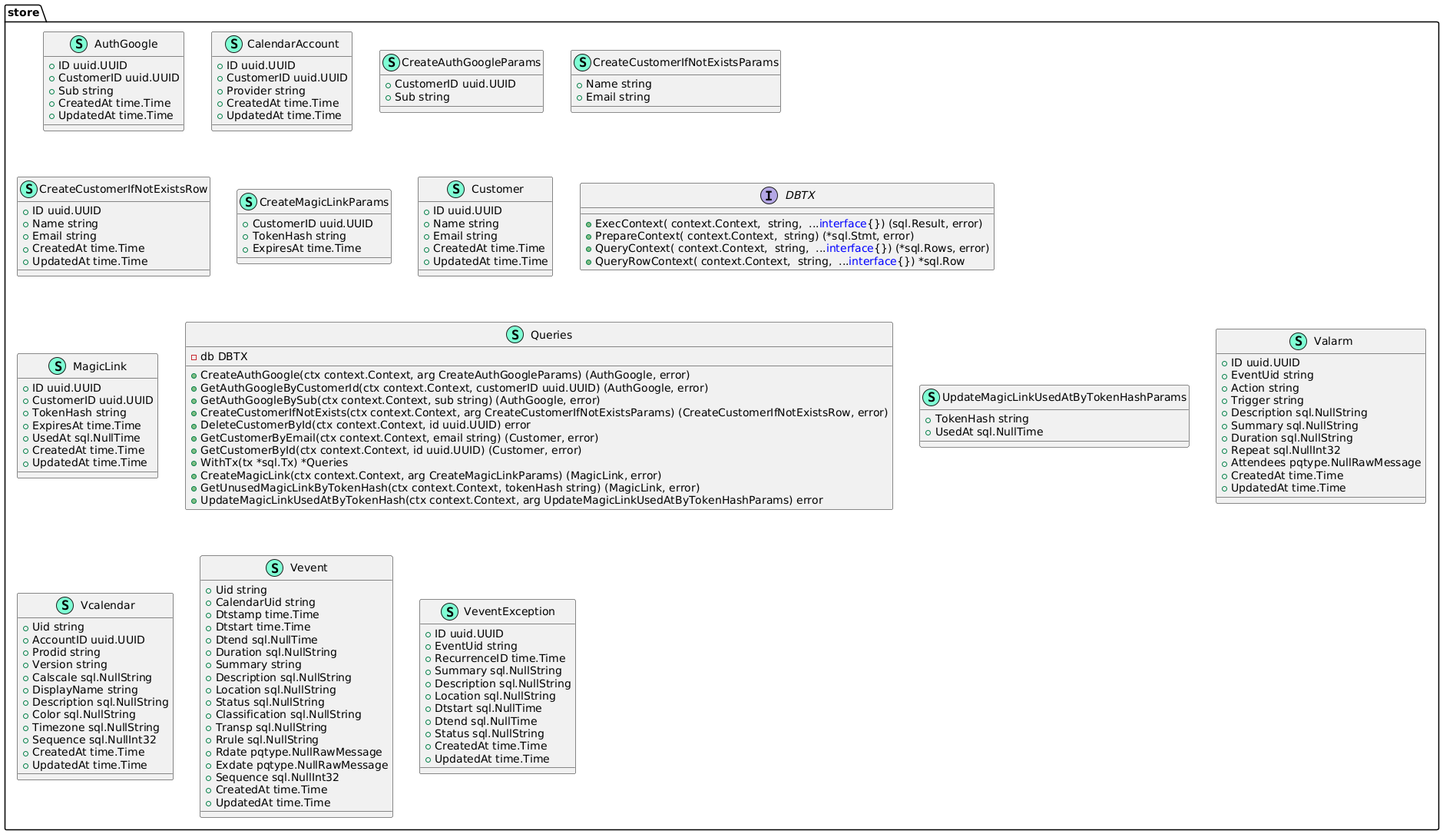
Above: docs/gp1/images/docs/diagrams/class/class-diagram/store.png in jadwalapp/symmetrical-spoon (PlantUML), before the change. The source it was exported from:
```plantuml
@startuml
namespace store {
    class AuthGoogle << (S,Aquamarine) >> {
        + ID uuid.UUID
        + CustomerID uuid.UUID
        + Sub string
        + CreatedAt time.Time
        + UpdatedAt time.Time

    }
    class CalendarAccount << (S,Aquamarine) >> {
        + ID uuid.UUID
        + CustomerID uuid.UUID
        + Provider string
        + CreatedAt time.Time
        + UpdatedAt time.Time

    }
    class CreateAuthGoogleParams << (S,Aquamarine) >> {
        + CustomerID uuid.UUID
        + Sub string

    }
    class CreateCustomerIfNotExistsParams << (S,Aquamarine) >> {
        + Name string
        + Email string

    }
    class CreateCustomerIfNotExistsRow << (S,Aquamarine) >> {
        + ID uuid.UUID
        + Name string
        + Email string
        + CreatedAt time.Time
        + UpdatedAt time.Time

    }
    class CreateMagicLinkParams << (S,Aquamarine) >> {
        + CustomerID uuid.UUID
        + TokenHash string
        + ExpiresAt time.Time

    }
    class Customer << (S,Aquamarine) >> {
        + ID uuid.UUID
        + Name string
        + Email string
        + CreatedAt time.Time
        + UpdatedAt time.Time

    }
    interface DBTX  {
        + ExecContext( context.Context,  string,  ...<font color=blue>interface</font>{}) (sql.Result, error)
        + PrepareContext( context.Context,  string) (*sql.Stmt, error)
        + QueryContext( context.Context,  string,  ...<font color=blue>interface</font>{}) (*sql.Rows, error)
        + QueryRowContext( context.Context,  string,  ...<font color=blue>interface</font>{}) *sql.Row

    }
    class MagicLink << (S,Aquamarine) >> {
        + ID uuid.UUID
        + CustomerID uuid.UUID
        + TokenHash string
        + ExpiresAt time.Time
        + UsedAt sql.NullTime
        + CreatedAt time.Time
        + UpdatedAt time.Time

    }
    class Queries << (S,Aquamarine) >> {
        - db DBTX

        + CreateAuthGoogle(ctx context.Context, arg CreateAuthGoogleParams) (AuthGoogle, error)
        + GetAuthGoogleByCustomerId(ctx context.Context, customerID uuid.UUID) (AuthGoogle, error)
        + GetAuthGoogleBySub(ctx context.Context, sub string) (AuthGoogle, error)
        + CreateCustomerIfNotExists(ctx context.Context, arg CreateCustomerIfNotExistsParams) (CreateCustomerIfNotExistsRow, error)
        + DeleteCustomerById(ctx context.Context, id uuid.UUID) error
        + GetCustomerByEmail(ctx context.Context, email string) (Customer, error)
        + GetCustomerById(ctx context.Context, id uuid.UUID) (Customer, error)
        + WithTx(tx *sql.Tx) *Queries
        + CreateMagicLink(ctx context.Context, arg CreateMagicLinkParams) (MagicLink, error)
        + GetUnusedMagicLinkByTokenHash(ctx context.Context, tokenHash string) (MagicLink, error)
        + UpdateMagicLinkUsedAtByTokenHash(ctx context.Context, arg UpdateMagicLinkUsedAtByTokenHashParams) error

    }
    class UpdateMagicLinkUsedAtByTokenHashParams << (S,Aquamarine) >> {
        + TokenHash string
        + UsedAt sql.NullTime

    }
    class Valarm << (S,Aquamarine) >> {
        + ID uuid.UUID
        + EventUid string
        + Action string
        + Trigger string
        + Description sql.NullString
        + Summary sql.NullString
        + Duration sql.NullString
        + Repeat sql.NullInt32
        + Attendees pqtype.NullRawMessage
        + CreatedAt time.Time
        + UpdatedAt time.Time

    }
    class Vcalendar << (S,Aquamarine) >> {
        + Uid string
        + AccountID uuid.UUID
        + Prodid string
        + Version string
        + Calscale sql.NullString
        + DisplayName string
        + Description sql.NullString
        + Color sql.NullString
        + Timezone sql.NullString
        + Sequence sql.NullInt32
        + CreatedAt time.Time
        + UpdatedAt time.Time

    }
    class Vevent << (S,Aquamarine) >> {
        + Uid string
        + CalendarUid string
        + Dtstamp time.Time
        + Dtstart time.Time
        + Dtend sql.NullTime
        + Duration sql.NullString
        + Summary string
        + Description sql.NullString
        + Location sql.NullString
        + Status sql.NullString
        + Classification sql.NullString
        + Transp sql.NullString
        + Rrule sql.NullString
        + Rdate pqtype.NullRawMessage
        + Exdate pqtype.NullRawMessage
        + Sequence sql.NullInt32
        + CreatedAt time.Time
        + UpdatedAt time.Time

    }
    class VeventException << (S,Aquamarine) >> {
        + ID uuid.UUID
        + EventUid string
        + RecurrenceID time.Time
        + Summary sql.NullString
        + Description sql.NullString
        + Location sql.NullString
        + Dtstart sql.NullTime
        + Dtend sql.NullTime
        + Status sql.NullString
        + CreatedAt time.Time
        + UpdatedAt time.Time

    }
}
@enduml
```
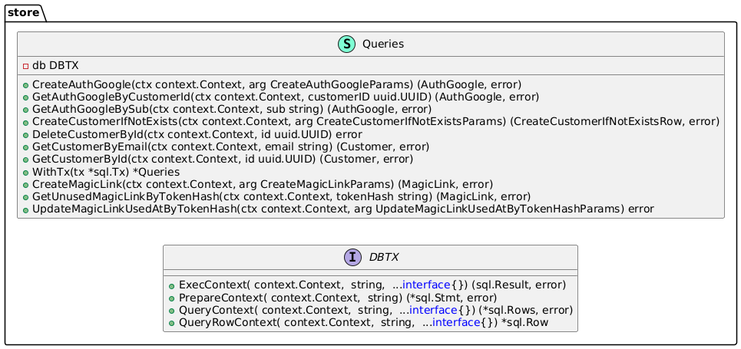
The same file after the commit.

Commit message:
make class diagram better

Change to the diagram source:
```diff
@@ -1,68 +1,12 @@
 @startuml
+left to right direction
+
 namespace store {
-    class AuthGoogle << (S,Aquamarine) >> {
-        + ID uuid.UUID
-        + CustomerID uuid.UUID
-        + Sub string
-        + CreatedAt time.Time
-        + UpdatedAt time.Time
-
-    }
-    class CalendarAccount << (S,Aquamarine) >> {
-        + ID uuid.UUID
-        + CustomerID uuid.UUID
-        + Provider string
-        + CreatedAt time.Time
-        + UpdatedAt time.Time
-
-    }
-    class CreateAuthGoogleParams << (S,Aquamarine) >> {
-        + CustomerID uuid.UUID
-        + Sub string
-
-    }
-    class CreateCustomerIfNotExistsParams << (S,Aquamarine) >> {
-        + Name string
-        + Email string
-
-    }
-    class CreateCustomerIfNotExistsRow << (S,Aquamarine) >> {
-        + ID uuid.UUID
-        + Name string
-        + Email string
-        + CreatedAt time.Time
-        + UpdatedAt time.Time
-
-    }
-    class CreateMagicLinkParams << (S,Aquamarine) >> {
-        + CustomerID uuid.UUID
-        + TokenHash string
-        + ExpiresAt time.Time
-
-    }
-    class Customer << (S,Aquamarine) >> {
-        + ID uuid.UUID
-        + Name string
-        + Email string
-        + CreatedAt time.Time
-        + UpdatedAt time.Time
-
-    }
     interface DBTX  {
         + ExecContext( context.Context,  string,  ...<font color=blue>interface</font>{}) (sql.Result, error)
         + PrepareContext( context.Context,  string) (*sql.Stmt, error)
         + QueryContext( context.Context,  string,  ...<font color=blue>interface</font>{}) (*sql.Rows, error)
         + QueryRowContext( context.Context,  string,  ...<font color=blue>interface</font>{}) *sql.Row
-
-    }
-    class MagicLink << (S,Aquamarine) >> {
-        + ID uuid.UUID
-        + CustomerID uuid.UUID
-        + TokenHash string
-        + ExpiresAt time.Time
-        + UsedAt sql.NullTime
-        + CreatedAt time.Time
-        + UpdatedAt time.Time
 
     }
     class Queries << (S,Aquamarine) >> {
@@ -81,74 +25,5 @@
         + UpdateMagicLinkUsedAtByTokenHash(ctx context.Context, arg UpdateMagicLinkUsedAtByTokenHashParams) error
 
     }
-    class UpdateMagicLinkUsedAtByTokenHashParams << (S,Aquamarine) >> {
-        + TokenHash string
-        + UsedAt sql.NullTime
-
-    }
-    class Valarm << (S,Aquamarine) >> {
-        + ID uuid.UUID
-        + EventUid string
-        + Action string
-        + Trigger string
-        + Description sql.NullString
-        + Summary sql.NullString
-        + Duration sql.NullString
-        + Repeat sql.NullInt32
-        + Attendees pqtype.NullRawMessage
-        + CreatedAt time.Time
-        + UpdatedAt time.Time
-
-    }
-    class Vcalendar << (S,Aquamarine) >> {
-        + Uid string
-        + AccountID uuid.UUID
-        + Prodid string
-        + Version string
-        + Calscale sql.NullString
-        + DisplayName string
-        + Description sql.NullString
-        + Color sql.NullString
-        + Timezone sql.NullString
-        + Sequence sql.NullInt32
-        + CreatedAt time.Time
-        + UpdatedAt time.Time
-
-    }
-    class Vevent << (S,Aquamarine) >> {
-        + Uid string
-        + CalendarUid string
-        + Dtstamp time.Time
-        + Dtstart time.Time
-        + Dtend sql.NullTime
-        + Duration sql.NullString
-        + Summary string
-        + Description sql.NullString
-        + Location sql.NullString
-        + Status sql.NullString
-        + Classification sql.NullString
-        + Transp sql.NullString
-        + Rrule sql.NullString
-        + Rdate pqtype.NullRawMessage
-        + Exdate pqtype.NullRawMessage
-        + Sequence sql.NullInt32
-        + CreatedAt time.Time
-        + UpdatedAt time.Time
-
-    }
-    class VeventException << (S,Aquamarine) >> {
-        + ID uuid.UUID
-        + EventUid string
-        + RecurrenceID time.Time
-        + Summary sql.NullString
-        + Description sql.NullString
-        + Location sql.NullString
-        + Dtstart sql.NullTime
-        + Dtend sql.NullTime
-        + Status sql.NullString
-        + CreatedAt time.Time
-        + UpdatedAt time.Time
-
-    }
 }
 @enduml
```
